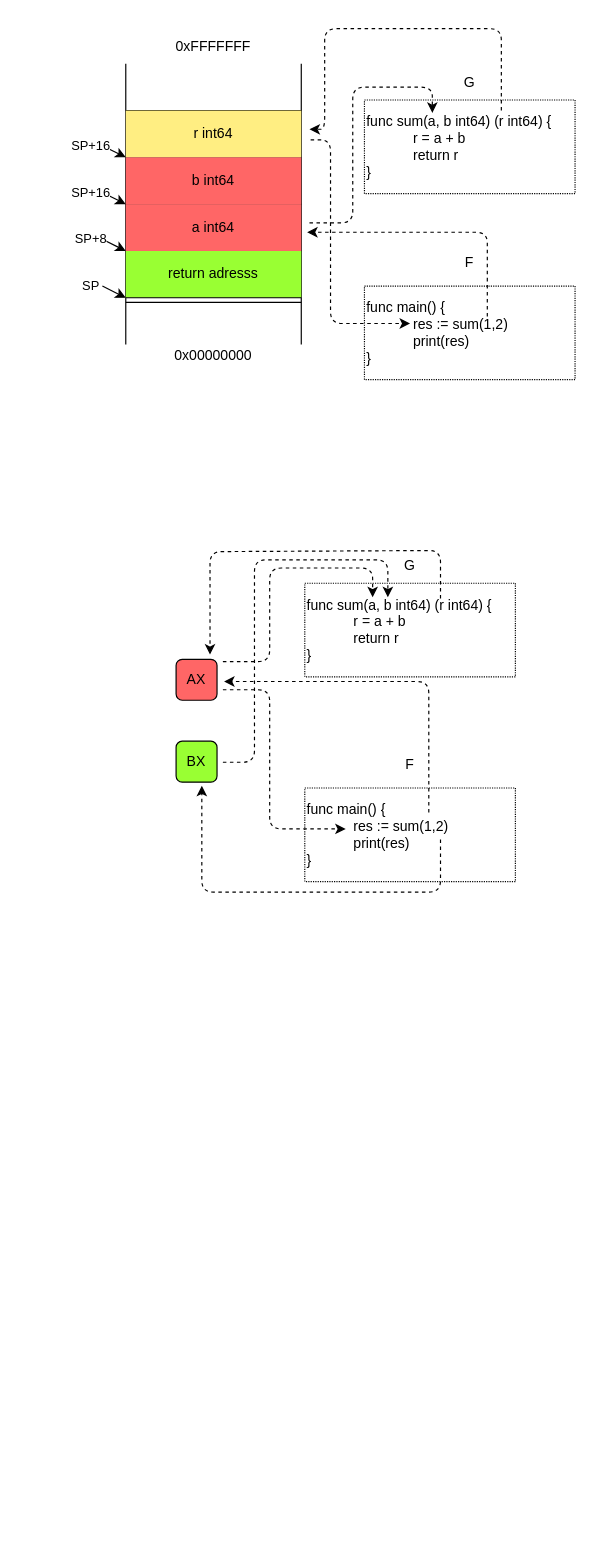
The draw.io diagram Untitled Diagram.drawio in godzie44/drawio-dump, before the edit. Source tidied: cells renumbered, new cells numbered last; positions are measured from the earlier drawing's top-left corner, leaving out a move shared by most shapes. Both pictures are drawn from the tidied source at 117%, with x=0, y=0 at pixel (102, 28).
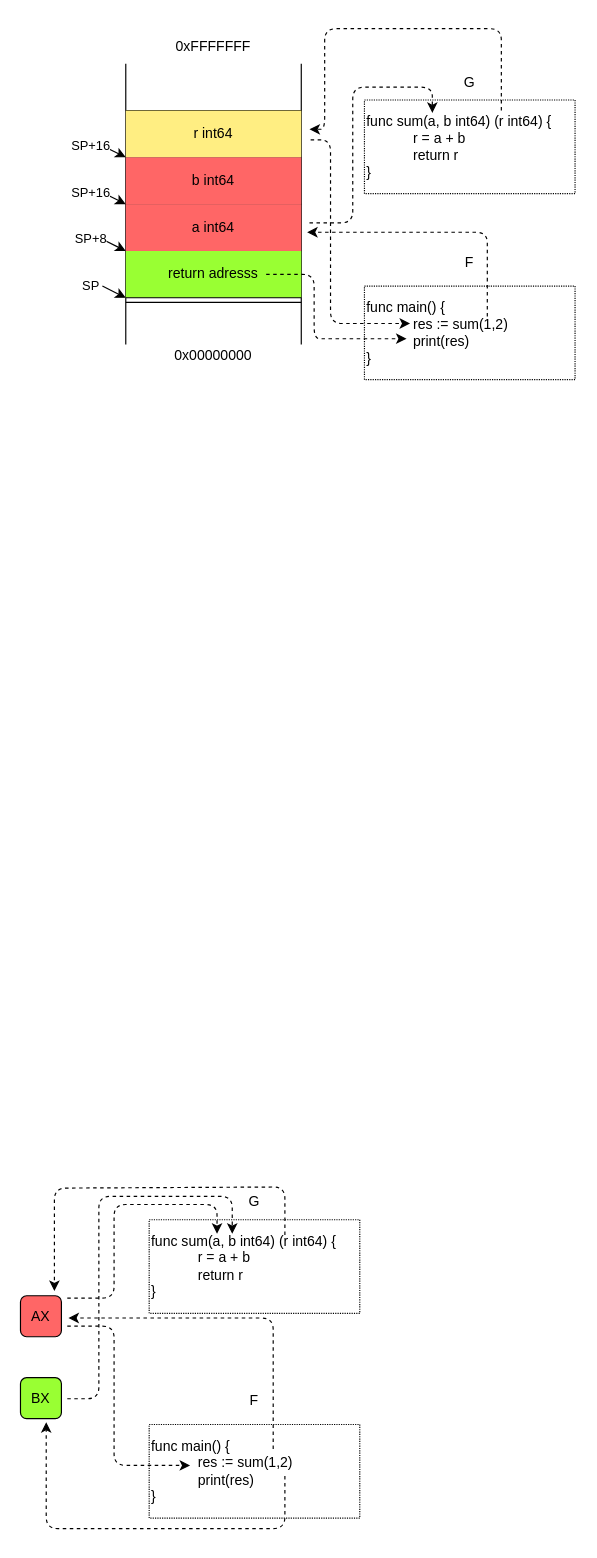
After the change.

Commit message:
fix ret addr

Change to the diagram source:
```diff
@@
     <mxCell id="27" value="&lt;div style=&quot;&quot;&gt;&lt;span&gt;func sum(a, b int64) (r int64) {&lt;/span&gt;&lt;/div&gt;&lt;blockquote style=&quot;margin: 0 0 0 40px ; border: none ; padding: 0px&quot;&gt;&lt;div style=&quot;&quot;&gt;&lt;span&gt;r = a + b&lt;/span&gt;&lt;/div&gt;&lt;div style=&quot;&quot;&gt;&lt;span&gt;return r&lt;/span&gt;&lt;/div&gt;&lt;/blockquote&gt;&lt;div style=&quot;&quot;&gt;&lt;span&gt;}&lt;/span&gt;&lt;/div&gt;" style="rounded=0;whiteSpace=wrap;html=1;dashed=1;dashPattern=1 1;align=left;" parent="1" vertex="1">
-      <mxGeometry x="173" y="474" width="180" height="80" as="geometry" />
+      <mxGeometry x="40" y="1018" width="180" height="80" as="geometry" />
     </mxCell>
     <mxCell id="28" value="G" style="text;html=1;strokeColor=none;fillColor=none;align=center;verticalAlign=middle;whiteSpace=wrap;rounded=0;dashed=1;dashPattern=1 1;" parent="1" vertex="1">
-      <mxGeometry x="243" y="449" width="40" height="20" as="geometry" />
+      <mxGeometry x="110" y="993" width="40" height="20" as="geometry" />
     </mxCell>
     <mxCell id="29" value="&lt;div&gt;&lt;span&gt;func main() {&lt;/span&gt;&lt;/div&gt;&lt;blockquote style=&quot;margin: 0 0 0 40px ; border: none ; padding: 0px&quot;&gt;&lt;div&gt;res := sum(1,2)&lt;/div&gt;&lt;div&gt;print(res)&lt;/div&gt;&lt;/blockquote&gt;&lt;div&gt;&lt;span&gt;}&lt;/span&gt;&lt;/div&gt;" style="rounded=0;whiteSpace=wrap;html=1;dashed=1;dashPattern=1 1;align=left;" parent="1" vertex="1">
-      <mxGeometry x="173" y="649" width="180" height="80" as="geometry" />
+      <mxGeometry x="40" y="1193" width="180" height="80" as="geometry" />
     </mxCell>
     <mxCell id="30" value="F" style="text;html=1;strokeColor=none;fillColor=none;align=center;verticalAlign=middle;whiteSpace=wrap;rounded=0;dashed=1;dashPattern=1 1;" parent="1" vertex="1">
-      <mxGeometry x="243" y="619" width="40" height="20" as="geometry" />
+      <mxGeometry x="110" y="1163" width="40" height="20" as="geometry" />
     </mxCell>
     <mxCell id="31" style="endArrow=classic;html=1;shadow=0;strokeColor=#000000;dashed=1;" parent="1" edge="1">
       <mxGeometry relative="1" as="geometry">
-        <mxPoint x="103" y="565" as="sourcePoint" />
-        <mxPoint x="208" y="684" as="targetPoint" />
+        <mxPoint x="-30" y="1109" as="sourcePoint" />
+        <mxPoint x="75" y="1228" as="targetPoint" />
         <Array as="points">
-          <mxPoint x="143" y="565" />
-          <mxPoint x="143" y="684" />
+          <mxPoint x="10" y="1109" />
+          <mxPoint x="10" y="1228" />
         </Array>
       </mxGeometry>
     </mxCell>
     <mxCell id="32" value="AX" style="rounded=1;whiteSpace=wrap;html=1;fillColor=#FF6666;" parent="1" vertex="1">
-      <mxGeometry x="63" y="539" width="35" height="35" as="geometry" />
+      <mxGeometry x="-70" y="1083" width="35" height="35" as="geometry" />
     </mxCell>
     <mxCell id="33" value="BX" style="rounded=1;whiteSpace=wrap;html=1;fillColor=#99FF33;labelBackgroundColor=none;" parent="1" vertex="1">
-      <mxGeometry x="63" y="609" width="35" height="35" as="geometry" />
+      <mxGeometry x="-70" y="1153" width="35" height="35" as="geometry" />
     </mxCell>
     <mxCell id="34" style="endArrow=classic;html=1;shadow=0;strokeColor=#000000;dashed=1;" parent="1" edge="1">
       <mxGeometry relative="1" as="geometry">
-        <mxPoint x="103" y="541" as="sourcePoint" />
-        <mxPoint x="231" y="486" as="targetPoint" />
+        <mxPoint x="-30" y="1085" as="sourcePoint" />
+        <mxPoint x="98" y="1030" as="targetPoint" />
         <Array as="points">
-          <mxPoint x="143" y="541" />
-          <mxPoint x="143" y="461" />
-          <mxPoint x="231" y="461" />
+          <mxPoint x="10" y="1085" />
+          <mxPoint x="10" y="1005" />
+          <mxPoint x="98" y="1005" />
         </Array>
       </mxGeometry>
     </mxCell>
     <mxCell id="35" style="endArrow=classic;html=1;shadow=0;strokeColor=#000000;dashed=1;" parent="1" edge="1">
       <mxGeometry relative="1" as="geometry">
-        <mxPoint x="279" y="670" as="sourcePoint" />
-        <mxPoint x="104" y="558" as="targetPoint" />
+        <mxPoint x="146" y="1214" as="sourcePoint" />
+        <mxPoint x="-29" y="1102" as="targetPoint" />
         <Array as="points">
-          <mxPoint x="279" y="604" />
-          <mxPoint x="279" y="558" />
+          <mxPoint x="146" y="1148" />
+          <mxPoint x="146" y="1102" />
         </Array>
       </mxGeometry>
     </mxCell>
     <mxCell id="36" style="endArrow=classic;html=1;shadow=0;strokeColor=#000000;dashed=1;" parent="1" edge="1">
       <mxGeometry relative="1" as="geometry">
-        <mxPoint x="289" y="487" as="sourcePoint" />
-        <mxPoint x="92" y="535" as="targetPoint" />
+        <mxPoint x="156" y="1031" as="sourcePoint" />
+        <mxPoint x="-41" y="1079" as="targetPoint" />
         <Array as="points">
-          <mxPoint x="289" y="446" />
-          <mxPoint x="92" y="447" />
+          <mxPoint x="156" y="990" />
+          <mxPoint x="-41" y="991" />
         </Array>
       </mxGeometry>
     </mxCell>
     <mxCell id="37" style="endArrow=classic;html=1;shadow=0;strokeColor=#000000;dashed=1;" parent="1" edge="1">
       <mxGeometry relative="1" as="geometry">
-        <mxPoint x="289" y="693" as="sourcePoint" />
-        <mxPoint x="85" y="647" as="targetPoint" />
+        <mxPoint x="156" y="1237" as="sourcePoint" />
+        <mxPoint x="-48" y="1191" as="targetPoint" />
         <Array as="points">
-          <mxPoint x="289" y="738" />
-          <mxPoint x="85" y="738" />
+          <mxPoint x="156" y="1282" />
+          <mxPoint x="-48" y="1282" />
         </Array>
       </mxGeometry>
     </mxCell>
     <mxCell id="38" style="endArrow=classic;html=1;shadow=0;strokeColor=#000000;dashed=1;" parent="1" edge="1">
       <mxGeometry relative="1" as="geometry">
-        <mxPoint x="103" y="627" as="sourcePoint" />
-        <mxPoint x="244" y="486" as="targetPoint" />
+        <mxPoint x="-30" y="1171" as="sourcePoint" />
+        <mxPoint x="111" y="1030" as="targetPoint" />
         <Array as="points">
-          <mxPoint x="130" y="627" />
-          <mxPoint x="130" y="454" />
-          <mxPoint x="244" y="454" />
+          <mxPoint x="-3" y="1171" />
+          <mxPoint x="-3" y="998" />
+          <mxPoint x="111" y="998" />
         </Array>
       </mxGeometry>
     </mxCell>
+    <mxCell id="39" style="endArrow=classic;html=1;shadow=0;strokeColor=#000000;dashed=1;" parent="1" edge="1">
+      <mxGeometry relative="1" as="geometry">
+        <mxPoint x="140" y="210" as="sourcePoint" />
+        <mxPoint x="260" y="265" as="targetPoint" />
+        <Array as="points">
+          <mxPoint x="181" y="210" />
+          <mxPoint x="181" y="265" />
+          <mxPoint x="190" y="265" />
+        </Array>
+      </mxGeometry>
+    </mxCell>
```
